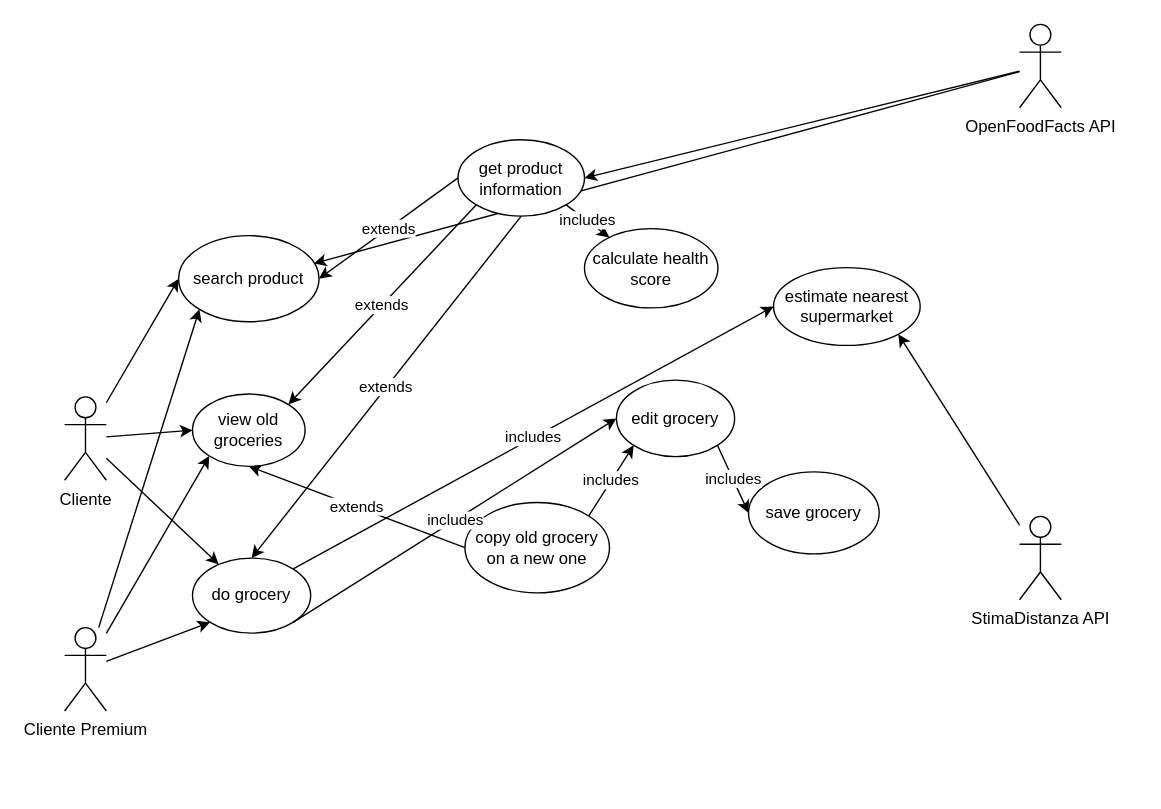
Earlier version of the draw.io diagram others/Use_Case_Diagram.drawio (FredHats99/HealthyCart). Source tidied: cells renumbered, new cells numbered last; positions are measured from the earlier drawing's top-left corner, leaving out a move shared by most shapes. Both pictures are drawn from the tidied source at 139%, with x=0, y=0 at pixel (64, 24).
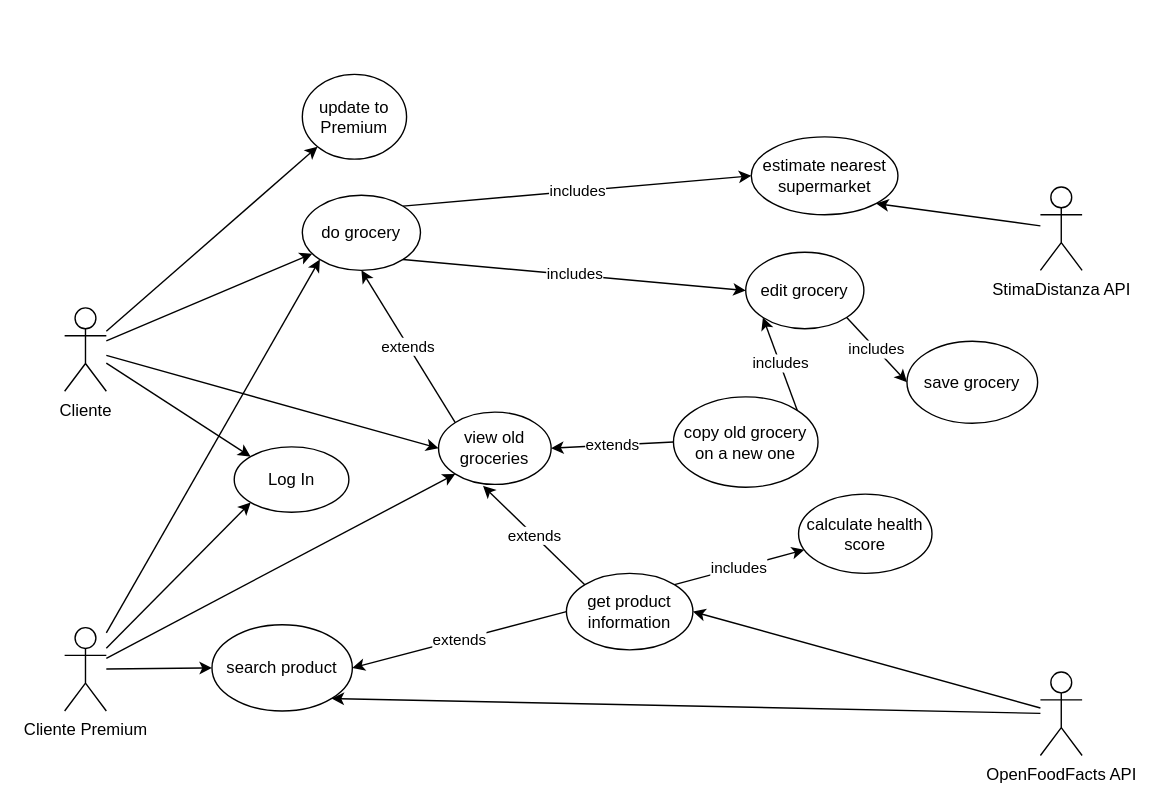
The same diagram, later.

Commit message (it also covers changes not shown here):
updated UC diagrams in both file version

Unchanged cells that the change refers to:
```xml
<mxCell id="29" value="Cliente Premium" style="shape=umlActor;verticalLabelPosition=bottom;verticalAlign=top;html=1;outlineConnect=0;" parent="1" vertex="1">
  <mxGeometry y="434" width="30" height="60" as="geometry" />
</mxCell>
```

The edit, as a diff of the source:
```diff
@@
     <mxCell id="2" value="Cliente&lt;br&gt;" style="shape=umlActor;verticalLabelPosition=bottom;verticalAlign=top;html=1;outlineConnect=0;" parent="1" vertex="1">
-      <mxGeometry y="268" width="30" height="60" as="geometry" />
+      <mxGeometry y="204" width="30" height="60" as="geometry" />
     </mxCell>
     <mxCell id="3" value="estimate nearest supermarket" style="ellipse;whiteSpace=wrap;html=1;" parent="1" vertex="1">
-      <mxGeometry x="510" y="175" width="105.5" height="56" as="geometry" />
+      <mxGeometry x="494" y="81" width="105.5" height="56" as="geometry" />
     </mxCell>
     <mxCell id="4" value="edit grocery" style="ellipse;whiteSpace=wrap;html=1;" parent="1" vertex="1">
-      <mxGeometry x="397" y="256" width="85" height="55" as="geometry" />
+      <mxGeometry x="490" y="164" width="85" height="55" as="geometry" />
     </mxCell>
     <mxCell id="5" value="save grocery" style="ellipse;whiteSpace=wrap;html=1;" parent="1" vertex="1">
-      <mxGeometry x="492" y="322" width="94" height="59" as="geometry" />
+      <mxGeometry x="606" y="228" width="94" height="59" as="geometry" />
     </mxCell>
@@
     <mxCell id="7" value="do grocery" style="ellipse;whiteSpace=wrap;html=1;" parent="1" vertex="1">
-      <mxGeometry x="92" y="384" width="85" height="54" as="geometry" />
+      <mxGeometry x="171" y="123" width="85" height="54" as="geometry" />
     </mxCell>
     <mxCell id="8" value="OpenFoodFacts API&lt;br&gt;" style="shape=umlActor;verticalLabelPosition=bottom;verticalAlign=top;html=1;outlineConnect=0;" parent="1" vertex="1">
-      <mxGeometry x="687" width="30" height="60" as="geometry" />
+      <mxGeometry x="702" y="466" width="30" height="60" as="geometry" />
     </mxCell>
     <mxCell id="9" value="StimaDistanza API" style="shape=umlActor;verticalLabelPosition=bottom;verticalAlign=top;html=1;outlineConnect=0;" parent="1" vertex="1">
-      <mxGeometry x="687" y="354" width="30" height="60" as="geometry" />
+      <mxGeometry x="702" y="117" width="30" height="60" as="geometry" />
     </mxCell>
     <mxCell id="10" value="search product" style="ellipse;whiteSpace=wrap;html=1;" parent="1" vertex="1">
-      <mxGeometry x="82" y="152" width="101" height="62" as="geometry" />
+      <mxGeometry x="106" y="432" width="101" height="62" as="geometry" />
     </mxCell>
-    <mxCell id="11" style="endArrow=classic;html=1;rounded=0;entryX=0;entryY=0.5;entryDx=0;entryDy=0;" parent="1" edge="1" source="2" target="10">
-      <mxGeometry relative="1" as="geometry" />
-    </mxCell>
-    <mxCell id="12" style="endArrow=classic;html=1;rounded=0;entryX=0.964;entryY=0.323;entryDx=0;entryDy=0;entryPerimeter=0;" parent="1" edge="1" source="8" target="10">
+    <mxCell id="12" style="endArrow=classic;html=1;rounded=0;entryX=1;entryY=1;entryDx=0;entryDy=0;" parent="1" edge="1" source="8" target="10">
       <mxGeometry relative="1" as="geometry" />
     </mxCell>
-    <mxCell id="13" value="includes" style="endArrow=classic;html=1;rounded=0;exitX=1;exitY=1;exitDx=0;exitDy=0;" parent="1" edge="1" source="16" target="14">
+    <mxCell id="13" value="includes" style="endArrow=classic;html=1;rounded=0;exitX=1;exitY=0;exitDx=0;exitDy=0;" parent="1" edge="1" source="16" target="14">
       <mxGeometry relative="1" as="geometry" />
     </mxCell>
     <mxCell id="14" value="calculate health score" style="ellipse;whiteSpace=wrap;html=1;" parent="1" vertex="1">
-      <mxGeometry x="374" y="147" width="96" height="57" as="geometry" />
+      <mxGeometry x="528" y="338" width="96" height="57" as="geometry" />
     </mxCell>
@@
     <mxCell id="16" value="get product information" style="ellipse;whiteSpace=wrap;html=1;" parent="1" vertex="1">
-      <mxGeometry x="283" y="83" width="91" height="55" as="geometry" />
+      <mxGeometry x="361" y="395" width="91" height="55" as="geometry" />
     </mxCell>
@@
-    <mxCell id="19" value="extends" style="endArrow=classic;html=1;rounded=0;entryX=0.5;entryY=0;entryDx=0;entryDy=0;exitX=0.5;exitY=1;exitDx=0;exitDy=0;" parent="1" edge="1" source="16" target="7">
+    <mxCell id="19" value="extends" style="endArrow=classic;html=1;rounded=0;entryX=0.5;entryY=1;entryDx=0;entryDy=0;exitX=0;exitY=0;exitDx=0;exitDy=0;startArrow=none;" parent="1" edge="1" source="23" target="7">
       <mxGeometry relative="1" as="geometry" />
     </mxCell>
     <mxCell id="20" value="copy old grocery on a new one" style="ellipse;whiteSpace=wrap;html=1;" parent="1" vertex="1">
-      <mxGeometry x="288" y="344" width="104" height="65" as="geometry" />
+      <mxGeometry x="438" y="268" width="104" height="65" as="geometry" />
     </mxCell>
@@
-    <mxCell id="23" value="view old groceries" style="ellipse;whiteSpace=wrap;html=1;" parent="1" vertex="1">
-      <mxGeometry x="92" y="266" width="81" height="52" as="geometry" />
-    </mxCell>
@@
-    <mxCell id="25" value="extends" style="endArrow=classic;html=1;rounded=0;entryX=0.5;entryY=1;entryDx=0;entryDy=0;exitX=0;exitY=0.5;exitDx=0;exitDy=0;" parent="1" edge="1" source="20" target="23">
+    <mxCell id="25" value="extends" style="endArrow=classic;html=1;rounded=0;entryX=1;entryY=0.5;entryDx=0;entryDy=0;exitX=0;exitY=0.5;exitDx=0;exitDy=0;" parent="1" edge="1" source="20" target="23">
       <mxGeometry relative="1" as="geometry" />
     </mxCell>
@@
-    <mxCell id="28" value="extends" style="endArrow=classic;html=1;rounded=0;entryX=1;entryY=0;entryDx=0;entryDy=0;exitX=0;exitY=1;exitDx=0;exitDy=0;" parent="1" edge="1" source="16" target="23">
+    <mxCell id="28" value="extends" style="endArrow=classic;html=1;rounded=0;entryX=0.395;entryY=1.019;entryDx=0;entryDy=0;exitX=0;exitY=0;exitDx=0;exitDy=0;entryPerimeter=0;" parent="1" edge="1" source="16" target="23">
       <mxGeometry relative="1" as="geometry" />
     </mxCell>
@@
-    <mxCell id="32" style="endArrow=classic;html=1;rounded=0;entryX=0;entryY=1;entryDx=0;entryDy=0;" parent="1" edge="1" source="29" target="10">
+    <mxCell id="32" style="endArrow=classic;html=1;rounded=0;entryX=0;entryY=0.5;entryDx=0;entryDy=0;" parent="1" edge="1" source="29" target="10">
       <mxGeometry relative="1" as="geometry" />
     </mxCell>
+    <mxCell id="33" value="Log In" style="ellipse;whiteSpace=wrap;html=1;" parent="1" vertex="1">
+      <mxGeometry x="122" y="304" width="82.5" height="47" as="geometry" />
+    </mxCell>
+    <mxCell id="34" style="endArrow=classic;html=1;rounded=0;entryX=0;entryY=0;entryDx=0;entryDy=0;" parent="1" edge="1" source="2" target="33">
+      <mxGeometry relative="1" as="geometry" />
+    </mxCell>
+    <mxCell id="35" style="endArrow=classic;html=1;rounded=0;entryX=0;entryY=1;entryDx=0;entryDy=0;" parent="1" edge="1" source="29" target="33">
+      <mxGeometry relative="1" as="geometry" />
+    </mxCell>
+    <mxCell id="23" value="view old groceries" style="ellipse;whiteSpace=wrap;html=1;" parent="1" vertex="1">
+      <mxGeometry x="269" y="279" width="81" height="52" as="geometry" />
+    </mxCell>
+    <mxCell id="36" value="update to Premium" style="ellipse;whiteSpace=wrap;html=1;" parent="1" vertex="1">
+      <mxGeometry x="171" y="36" width="75" height="61" as="geometry" />
+    </mxCell>
+    <mxCell id="37" style="endArrow=classic;html=1;rounded=0;entryX=0;entryY=1;entryDx=0;entryDy=0;" parent="1" edge="1" source="2" target="36">
+      <mxGeometry relative="1" as="geometry" />
+    </mxCell>
```
